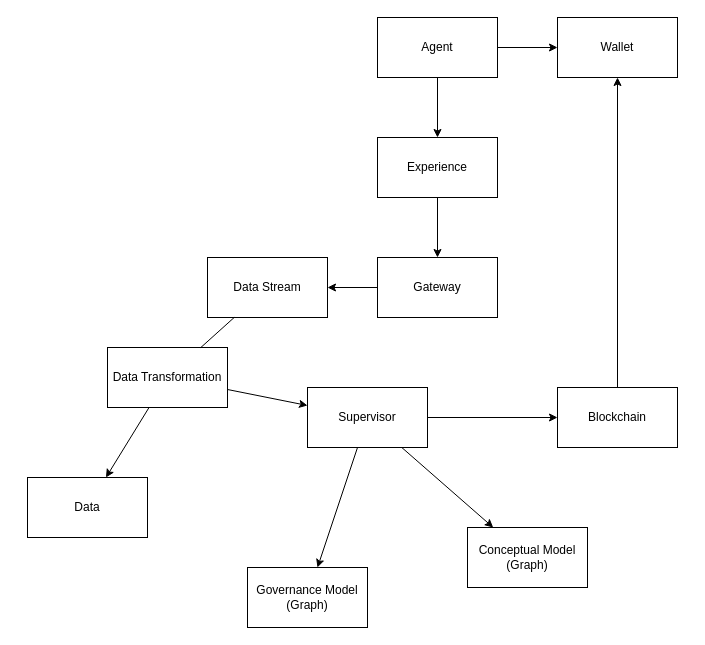
The draw.io diagram _gxp/diagrams/Governance-Foundation-UI.drawio in governance-foundation/governance.foundation, before the edit. Source tidied: cells renumbered, new cells numbered last; positions are measured from the earlier drawing's top-left corner, leaving out a move shared by most shapes. Both pictures are drawn from the tidied source at 100%, with x=0, y=0 at pixel (27, 17).
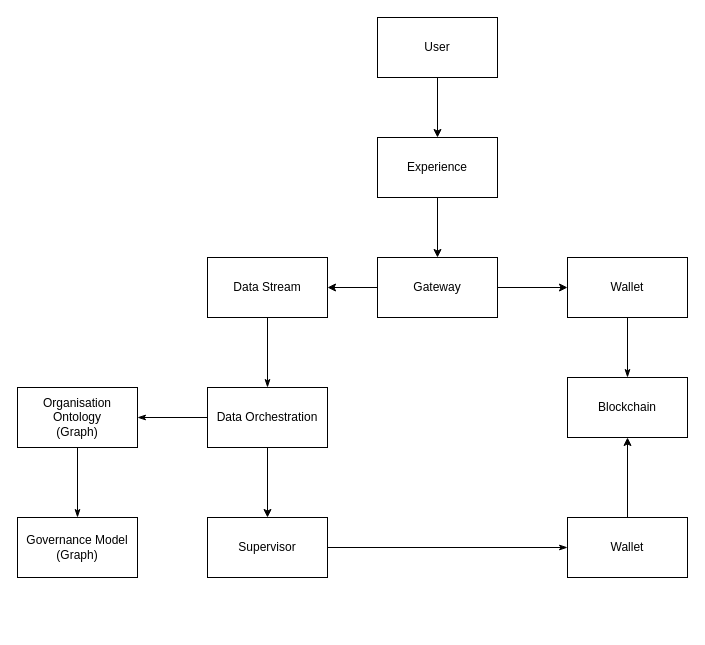
After the change.

Unchanged cells that the change refers to:
```xml
<mxCell id="7" value="Gateway" style="rounded=0;whiteSpace=wrap;html=1;" parent="1" vertex="1">
  <mxGeometry x="350" y="240" width="120" height="60" as="geometry" />
</mxCell>
<mxCell id="9" value="Data Stream" style="rounded=0;whiteSpace=wrap;html=1;" parent="1" vertex="1">
  <mxGeometry x="180" y="240" width="120" height="60" as="geometry" />
</mxCell>
```

What changed in the source:
```diff
@@
+    <mxCell id="24" style="edgeStyle=none;rounded=0;jettySize=auto;html=1;endArrow=classicThin;endFill=1;" parent="1" edge="1" source="4" target="5">
+      <mxGeometry relative="1" as="geometry" />
+    </mxCell>
-    <mxCell id="4" value="Conceptual Model&lt;br&gt;(Graph)" style="rounded=0;whiteSpace=wrap;html=1;" parent="1" vertex="1">
-      <mxGeometry x="440" y="510" width="120" height="60" as="geometry" />
+    <mxCell id="4" value="Organisation Ontology&lt;br&gt;(Graph)" style="rounded=0;whiteSpace=wrap;html=1;" parent="1" vertex="1">
+      <mxGeometry x="-10" y="370" width="120" height="60" as="geometry" />
     </mxCell>
     <mxCell id="5" value="Governance Model&lt;br&gt;(Graph)" style="rounded=0;whiteSpace=wrap;html=1;" parent="1" vertex="1">
-      <mxGeometry x="220" y="550" width="120" height="60" as="geometry" />
+      <mxGeometry x="-10" y="500" width="120" height="60" as="geometry" />
     </mxCell>
@@
-    <mxCell id="8" style="edgeStyle=none;rounded=0;jettySize=auto;html=1;startArrow=none;" parent="1" edge="1" source="14" target="12">
-      <mxGeometry relative="1" as="geometry" />
-    </mxCell>
+    <mxCell id="15" style="rounded=0;jettySize=auto;html=1;endArrow=classicThin;endFill=1;" parent="1" edge="1" source="9" target="14">
+      <mxGeometry relative="1" as="geometry" />
+    </mxCell>
@@
-    <mxCell id="10" style="edgeStyle=none;rounded=0;jettySize=auto;html=1;" parent="1" edge="1" source="11" target="23">
-      <mxGeometry relative="1" as="geometry" />
-    </mxCell>
     <mxCell id="11" value="Blockchain" style="rounded=0;whiteSpace=wrap;html=1;" parent="1" vertex="1">
-      <mxGeometry x="530" y="370" width="120" height="60" as="geometry" />
+      <mxGeometry x="540" y="360" width="120" height="60" as="geometry" />
     </mxCell>
-    <mxCell id="12" value="Data" style="rounded=0;whiteSpace=wrap;html=1;" parent="1" vertex="1">
-      <mxGeometry y="460" width="120" height="60" as="geometry" />
-    </mxCell>
@@
+    <mxCell id="25" style="edgeStyle=none;rounded=0;jettySize=auto;html=1;endArrow=classicThin;endFill=1;" parent="1" edge="1" source="14" target="4">
+      <mxGeometry relative="1" as="geometry" />
+    </mxCell>
-    <mxCell id="14" value="Data Transformation" style="rounded=0;whiteSpace=wrap;html=1;" parent="1" vertex="1">
-      <mxGeometry x="80" y="330" width="120" height="60" as="geometry" />
+    <mxCell id="14" value="Data Orchestration" style="rounded=0;whiteSpace=wrap;html=1;" parent="1" vertex="1">
+      <mxGeometry x="180" y="370" width="120" height="60" as="geometry" />
     </mxCell>
-    <mxCell id="15" style="edgeStyle=none;rounded=0;jettySize=auto;html=1;endArrow=none;" parent="1" edge="1" source="9" target="14">
-      <mxGeometry relative="1" as="geometry" />
-    </mxCell>
-    <mxCell id="16" style="edgeStyle=none;rounded=0;jettySize=auto;html=1;" parent="1" edge="1" source="19" target="5">
-      <mxGeometry relative="1" as="geometry" />
-    </mxCell>
-    <mxCell id="17" style="edgeStyle=none;rounded=0;jettySize=auto;html=1;" parent="1" edge="1" source="19" target="4">
-      <mxGeometry relative="1" as="geometry" />
-    </mxCell>
-    <mxCell id="18" style="edgeStyle=none;rounded=0;jettySize=auto;html=1;" parent="1" edge="1" source="19" target="11">
+    <mxCell id="18" style="edgeStyle=none;rounded=0;jettySize=auto;html=1;startArrow=none;" parent="1" edge="1" source="28" target="11">
       <mxGeometry relative="1" as="geometry" />
     </mxCell>
+    <mxCell id="26" style="edgeStyle=none;rounded=0;jettySize=auto;html=1;endArrow=classicThin;endFill=1;" parent="1" edge="1" source="19" target="28">
+      <mxGeometry relative="1" as="geometry" />
+    </mxCell>
     <mxCell id="19" value="Supervisor" style="rounded=0;whiteSpace=wrap;html=1;" parent="1" vertex="1">
-      <mxGeometry x="280" y="370" width="120" height="60" as="geometry" />
+      <mxGeometry x="180" y="500" width="120" height="60" as="geometry" />
     </mxCell>
@@
-    <mxCell id="21" style="edgeStyle=none;rounded=0;jettySize=auto;html=1;" parent="1" edge="1" source="22" target="23">
+    <mxCell id="21" style="edgeStyle=none;rounded=0;jettySize=auto;html=1;" parent="1" edge="1" source="7" target="23">
       <mxGeometry relative="1" as="geometry" />
     </mxCell>
-    <mxCell id="22" value="Agent" style="rounded=0;whiteSpace=wrap;html=1;" parent="1" vertex="1">
+    <mxCell id="22" value="User" style="rounded=0;whiteSpace=wrap;html=1;" parent="1" vertex="1">
       <mxGeometry x="350" width="120" height="60" as="geometry" />
     </mxCell>
+    <mxCell id="27" style="edgeStyle=none;rounded=0;jettySize=auto;html=1;endArrow=classicThin;endFill=1;" parent="1" edge="1" source="23" target="11">
+      <mxGeometry relative="1" as="geometry" />
+    </mxCell>
     <mxCell id="23" value="Wallet" style="rounded=0;whiteSpace=wrap;html=1;" parent="1" vertex="1">
-      <mxGeometry x="530" width="120" height="60" as="geometry" />
+      <mxGeometry x="540" y="240" width="120" height="60" as="geometry" />
     </mxCell>
+    <mxCell id="28" value="Wallet" style="rounded=0;whiteSpace=wrap;html=1;" parent="1" vertex="1">
+      <mxGeometry x="540" y="500" width="120" height="60" as="geometry" />
+    </mxCell>
```
